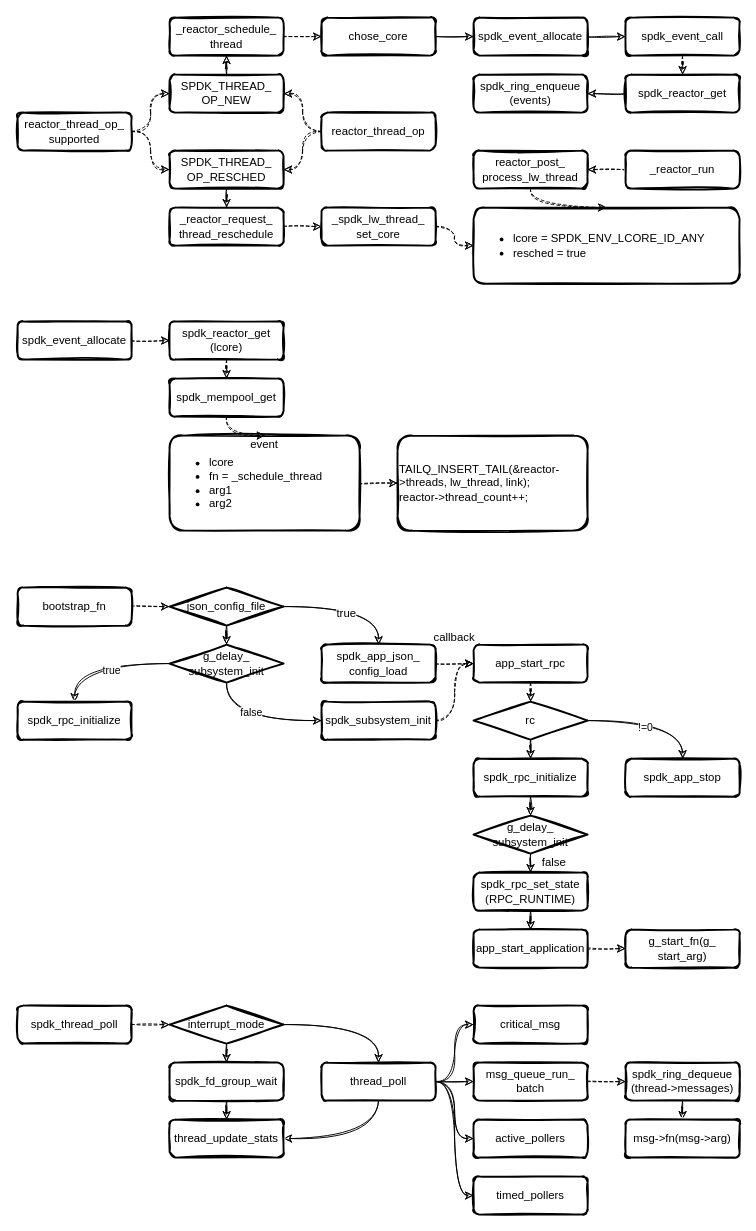
Earlier version of the draw.io diagram page "thread" (3 of 5) of spdk/spdk.drawio (EarthWind/deeparch). Source tidied: cells renumbered, new cells numbered last; positions are measured from the earlier drawing's top-left corner, leaving out a move shared by most shapes. Both pictures are drawn from the tidied source at 95%, with x=0, y=0 at pixel (17, 17).
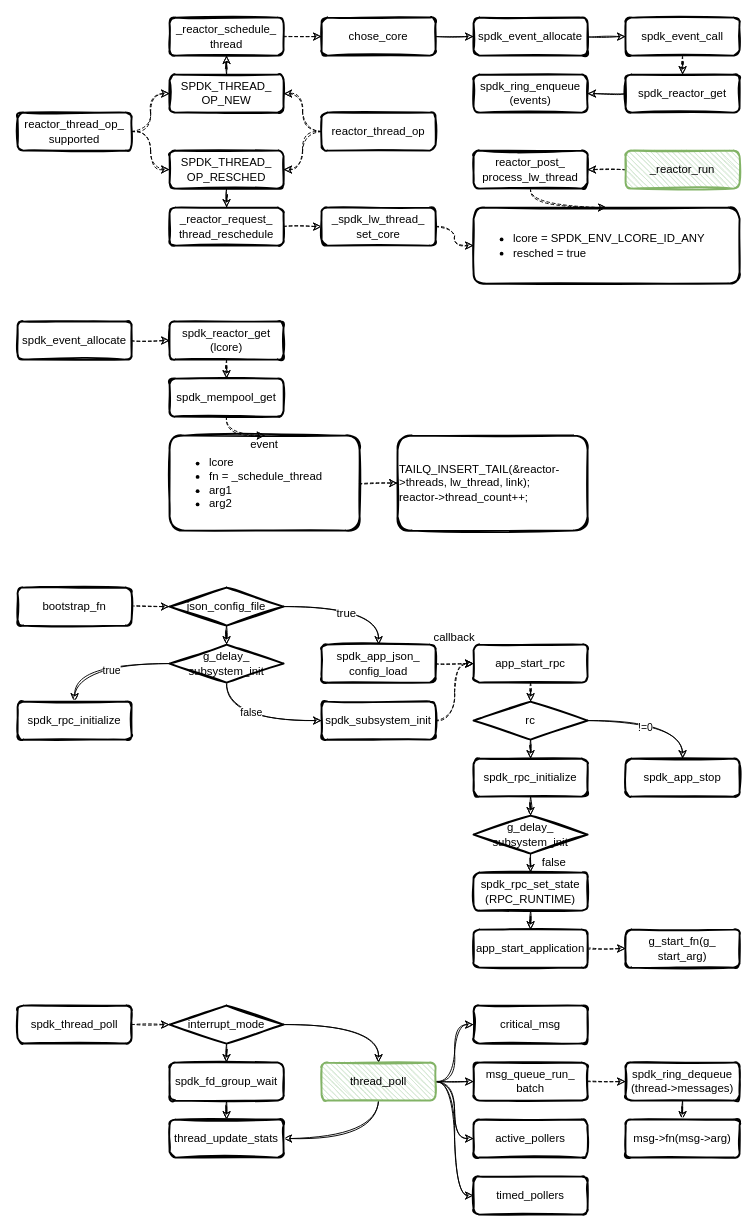
After the change.

Change to the diagram source:
```diff
@@
-    <mxCell id="33" value="_reactor_run" style="rounded=1;whiteSpace=wrap;html=1;strokeWidth=2;fillWeight=4;hachureGap=8;hachureAngle=45;sketch=1;fillColor=#FFFFFF;" parent="1" vertex="1">
+    <mxCell id="33" value="_reactor_run" style="rounded=1;whiteSpace=wrap;html=1;strokeWidth=2;fillWeight=1;hachureGap=4;hachureAngle=45;sketch=1;fillColor=#d5e8d4;strokeColor=#82b366;" parent="1" vertex="1">
       <mxGeometry x="640" y="140" width="120" height="40" as="geometry" />
     </mxCell>
@@
-    <mxCell id="88" value="thread_poll" style="rounded=1;whiteSpace=wrap;html=1;strokeWidth=2;fillWeight=4;hachureGap=8;hachureAngle=45;sketch=1;fillColor=#FFFFFF;" parent="1" vertex="1">
+    <mxCell id="88" value="thread_poll" style="rounded=1;whiteSpace=wrap;html=1;strokeWidth=2;fillWeight=1;hachureGap=4;hachureAngle=45;sketch=1;fillColor=#d5e8d4;strokeColor=#82b366;" parent="1" vertex="1">
       <mxGeometry x="320" y="1100" width="120" height="40" as="geometry" />
     </mxCell>
```
